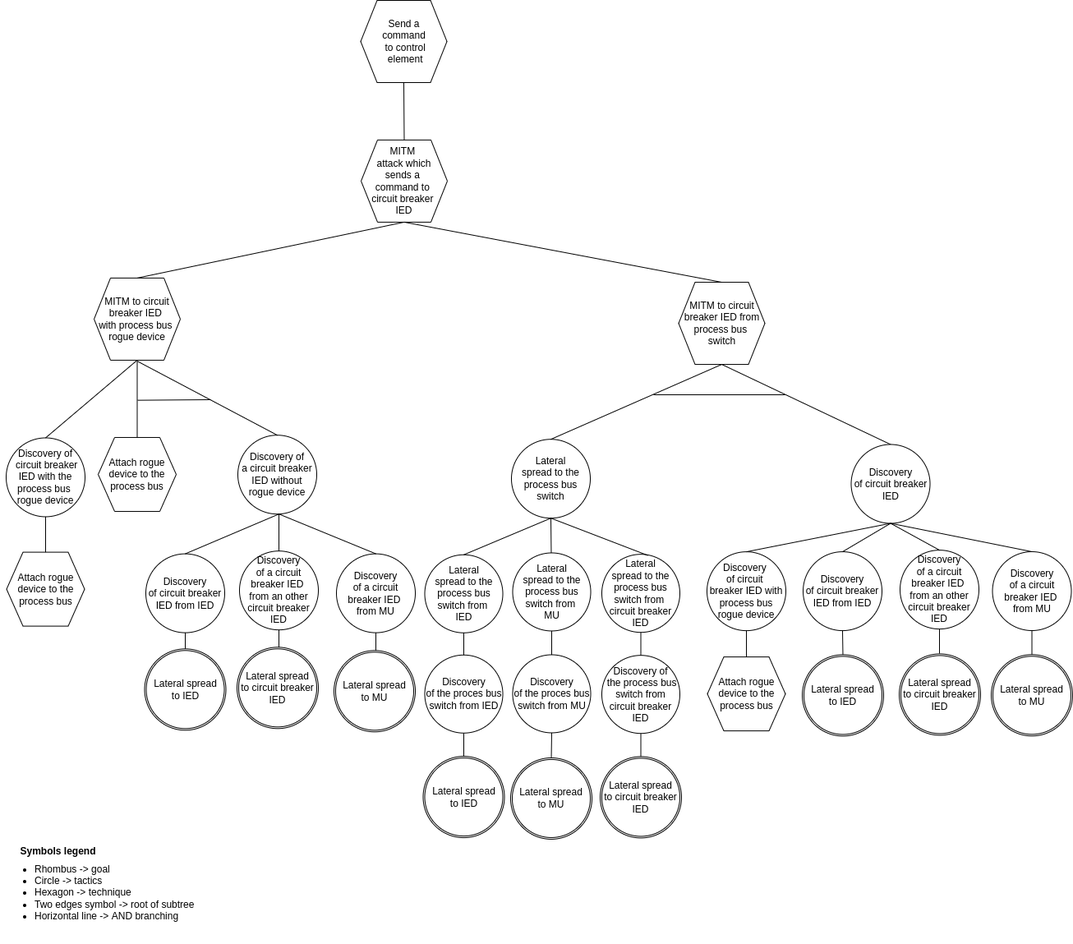
Before: drawIO_trees/solution_5_4.drawio.png, a diagram exported from draw.io (mihaelM/Attack_trees). Source tidied: cells renumbered, new cells last; positions are measured from the earlier drawing's top-left corner, leaving out a move shared by most shapes.
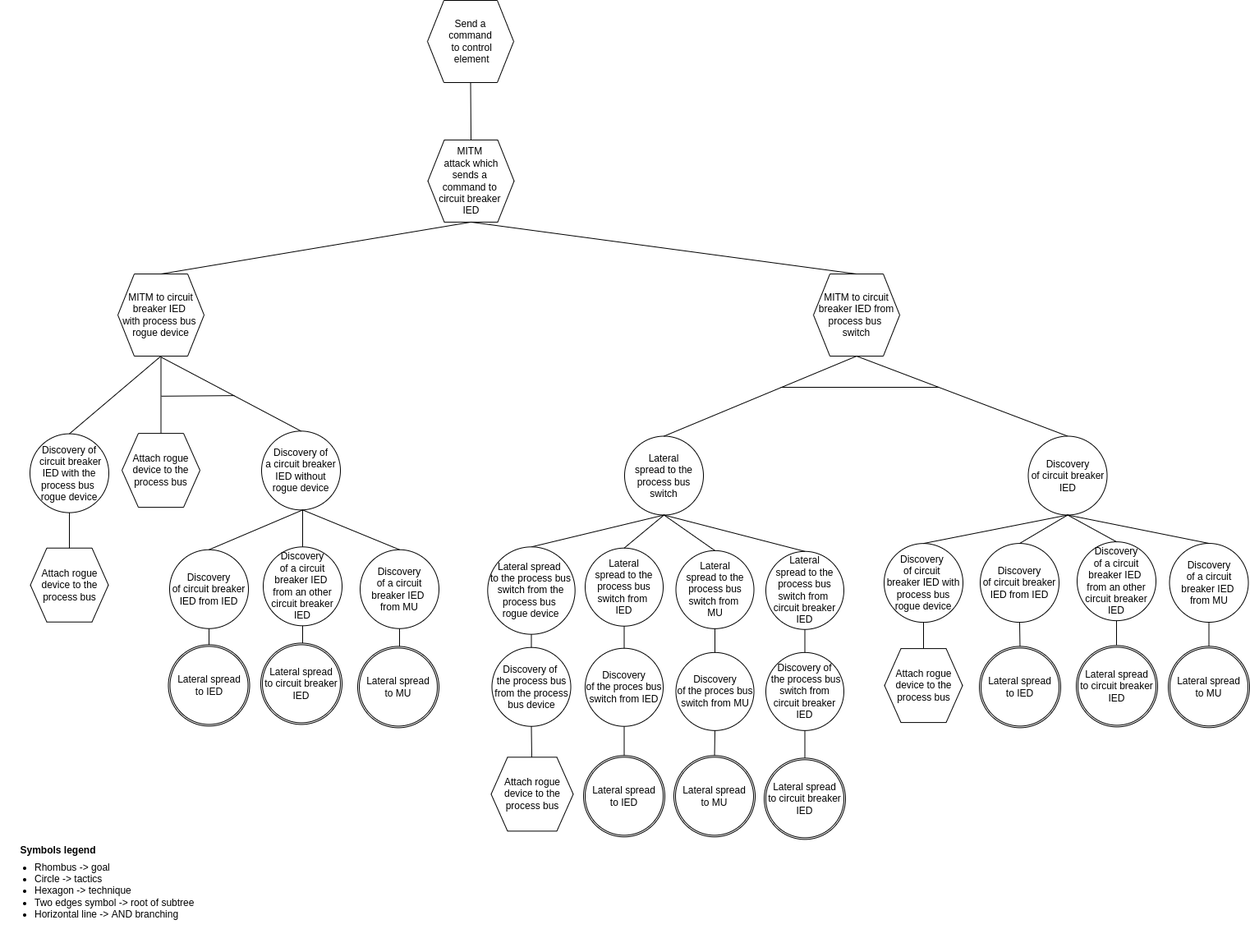
Later version of the same file.

Diff of the diagram source:
```diff
@@ -3,10 +3,10 @@
     <mxCell id="0" />
     <mxCell id="1" parent="0" />
     <mxCell id="2" value="&lt;span style=&quot;font-family: &amp;#34;helvetica&amp;#34;&quot;&gt;Send a&lt;/span&gt;&lt;br style=&quot;font-family: &amp;#34;helvetica&amp;#34;&quot;&gt;&lt;span style=&quot;font-family: &amp;#34;helvetica&amp;#34;&quot;&gt;command&lt;/span&gt;&lt;br style=&quot;font-family: &amp;#34;helvetica&amp;#34;&quot;&gt;&lt;span style=&quot;font-family: &amp;#34;helvetica&amp;#34;&quot;&gt;&amp;nbsp;to control&lt;/span&gt;&lt;br style=&quot;font-family: &amp;#34;helvetica&amp;#34;&quot;&gt;&lt;span style=&quot;font-family: &amp;#34;helvetica&amp;#34;&quot;&gt;&amp;nbsp;element&lt;/span&gt;" style="shape=hexagon;perimeter=hexagonPerimeter2;whiteSpace=wrap;html=1;fixedSize=1;" parent="1" vertex="1">
-      <mxGeometry x="438.5" width="105" height="100" as="geometry" />
+      <mxGeometry x="304" y="10" width="105" height="100" as="geometry" />
     </mxCell>
     <mxCell id="3" value="&lt;ul&gt;&lt;li&gt;&lt;span&gt;Rhombus -&amp;gt; goal&lt;/span&gt;&lt;/li&gt;&lt;li&gt;&lt;span&gt;Circle -&amp;gt; tactics&lt;/span&gt;&lt;br&gt;&lt;/li&gt;&lt;li&gt;Hexagon -&amp;gt; technique&lt;/li&gt;&lt;li&gt;Two edges symbol -&amp;gt; root of subtree&lt;/li&gt;&lt;li&gt;Horizontal line -&amp;gt; AND branching&lt;/li&gt;&lt;/ul&gt;" style="text;strokeColor=none;fillColor=none;html=1;whiteSpace=wrap;verticalAlign=middle;overflow=hidden;fontSize=12;" parent="1" vertex="1">
-      <mxGeometry y="1023.4" width="256" height="124.6" as="geometry" />
+      <mxGeometry x="-216" y="1031.9" width="256" height="124.6" as="geometry" />
     </mxCell>
     <mxCell id="4" style="endArrow=none;html=1;rounded=0;exitX=0.5;exitY=0;exitDx=0;exitDy=0;entryX=0.5;entryY=1;entryDx=0;entryDy=0;" parent="1" edge="1" source="6" target="2">
       <mxGeometry relative="1" as="geometry" />
@@ -15,10 +15,10 @@
       <mxGeometry relative="1" as="geometry" />
     </mxCell>
     <mxCell id="6" value="MITM &lt;br&gt;attack which&lt;br&gt;sends a &lt;br&gt;command to&amp;nbsp;&lt;br&gt;circuit breaker &lt;br&gt;IED" style="shape=hexagon;perimeter=hexagonPerimeter2;whiteSpace=wrap;html=1;fixedSize=1;" parent="1" vertex="1">
-      <mxGeometry x="439" y="169.9" width="105" height="100" as="geometry" />
+      <mxGeometry x="304.5" y="179.9" width="105" height="100" as="geometry" />
     </mxCell>
     <mxCell id="7" value="Lateral&lt;br&gt;&amp;nbsp;spread to the&amp;nbsp;&lt;br&gt;process bus switch" style="ellipse;whiteSpace=wrap;html=1;" parent="1" vertex="1">
-      <mxGeometry x="622" y="534.2" width="96" height="96" as="geometry" />
+      <mxGeometry x="544" y="540.5" width="96" height="96" as="geometry" />
     </mxCell>
     <mxCell id="8" style="endArrow=none;html=1;rounded=0;entryX=0.5;entryY=0;entryDx=0;entryDy=0;exitX=0.5;exitY=1;exitDx=0;exitDy=0;" parent="1" edge="1" source="13" target="7">
       <mxGeometry relative="1" as="geometry" />
@@ -28,8 +28,8 @@
     </mxCell>
     <mxCell id="10" style="endArrow=none;html=1;rounded=0;" parent="1" edge="1">
       <mxGeometry relative="1" as="geometry">
-        <mxPoint x="795" y="480" as="sourcePoint" />
-        <mxPoint x="955" y="480" as="targetPoint" />
+        <mxPoint x="734" y="481" as="sourcePoint" />
+        <mxPoint x="927" y="481" as="targetPoint" />
       </mxGeometry>
     </mxCell>
     <mxCell id="11" value="Discovery&lt;br&gt;of circuit breaker IED" style="ellipse;whiteSpace=wrap;html=1;" parent="1" vertex="1">
@@ -39,7 +39,7 @@
       <mxGeometry relative="1" as="geometry" />
     </mxCell>
     <mxCell id="13" value="MITM to circuit breaker IED from process bus &lt;br&gt;switch" style="shape=hexagon;perimeter=hexagonPerimeter2;whiteSpace=wrap;html=1;fixedSize=1;" parent="1" vertex="1">
-      <mxGeometry x="825.5" y="343" width="105" height="100" as="geometry" />
+      <mxGeometry x="774" y="343" width="105" height="100" as="geometry" />
     </mxCell>
     <mxCell id="14" value="Discovery&lt;br&gt;of circuit breaker IED from IED" style="ellipse;whiteSpace=wrap;html=1;" parent="1" vertex="1">
       <mxGeometry x="977" y="671.1" width="96" height="96" as="geometry" />
@@ -60,10 +60,10 @@
       <mxGeometry relative="1" as="geometry" />
     </mxCell>
     <mxCell id="20" value="Attach rogue device to the process bus" style="shape=hexagon;perimeter=hexagonPerimeter2;whiteSpace=wrap;html=1;fixedSize=1;" parent="1" vertex="1">
-      <mxGeometry x="7.5" y="671.6" width="95" height="90" as="geometry" />
+      <mxGeometry x="-179.5" y="676.7" width="95" height="90" as="geometry" />
     </mxCell>
     <mxCell id="21" value="Discovery of&lt;br&gt;&amp;nbsp;circuit breaker IED with the process bus &lt;br&gt;rogue&amp;nbsp;device" style="ellipse;whiteSpace=wrap;html=1;" parent="1" vertex="1">
-      <mxGeometry x="7" y="532.5" width="96" height="96" as="geometry" />
+      <mxGeometry x="-180" y="537.6" width="96" height="96" as="geometry" />
     </mxCell>
     <mxCell id="22" style="endArrow=none;html=1;rounded=0;exitX=0.5;exitY=1;exitDx=0;exitDy=0;entryX=0.5;entryY=0;entryDx=0;entryDy=0;" parent="1" edge="1" source="21" target="20">
       <mxGeometry relative="1" as="geometry" />
@@ -72,7 +72,7 @@
       <mxGeometry relative="1" as="geometry" />
     </mxCell>
     <mxCell id="24" value="MITM to circuit breaker IED &lt;br&gt;with process bus &lt;br&gt;rogue device" style="shape=hexagon;perimeter=hexagonPerimeter2;whiteSpace=wrap;html=1;fixedSize=1;" parent="1" vertex="1">
-      <mxGeometry x="114" y="337.9" width="105" height="100" as="geometry" />
+      <mxGeometry x="-73" y="343.1" width="105" height="100" as="geometry" />
     </mxCell>
     <mxCell id="25" style="endArrow=none;html=1;rounded=0;exitX=0.5;exitY=1;exitDx=0;exitDy=0;" parent="1" edge="1" source="26">
       <mxGeometry relative="1" as="geometry">
@@ -91,16 +91,14 @@
     <mxCell id="29" style="endArrow=none;html=1;rounded=0;startArrow=none;entryX=0.5;entryY=0;entryDx=0;entryDy=0;exitX=0.5;exitY=1;exitDx=0;exitDy=0;" parent="1" edge="1" source="11" target="28">
       <mxGeometry relative="1" as="geometry" />
     </mxCell>
-    <mxCell id="30" style="endArrow=none;html=1;rounded=0;exitX=0.5;exitY=1;exitDx=0;exitDy=0;" parent="1" edge="1" source="31">
-      <mxGeometry relative="1" as="geometry">
-        <mxPoint x="564" y="923" as="targetPoint" />
-      </mxGeometry>
+    <mxCell id="30" style="endArrow=none;html=1;rounded=0;exitX=0.5;exitY=1;exitDx=0;exitDy=0;entryX=0.5;entryY=0;entryDx=0;entryDy=0;" parent="1" edge="1" source="31" target="67">
+      <mxGeometry relative="1" as="geometry" />
     </mxCell>
     <mxCell id="31" value="Discovery&lt;br&gt;of the proces bus switch from IED" style="ellipse;whiteSpace=wrap;html=1;" parent="1" vertex="1">
-      <mxGeometry x="516.5" y="796.8" width="95" height="95" as="geometry" />
+      <mxGeometry x="496" y="798.7" width="95" height="95" as="geometry" />
     </mxCell>
     <mxCell id="32" value="Lateral&lt;br&gt;&amp;nbsp;spread to the&amp;nbsp;&lt;br&gt;process bus switch from &lt;br&gt;IED" style="ellipse;whiteSpace=wrap;html=1;" parent="1" vertex="1">
-      <mxGeometry x="516.5" y="674.8" width="95" height="95" as="geometry" />
+      <mxGeometry x="496" y="676.7" width="95" height="95" as="geometry" />
     </mxCell>
     <mxCell id="33" style="endArrow=none;html=1;rounded=0;entryX=0.5;entryY=1;entryDx=0;entryDy=0;" parent="1" edge="1" source="31" target="32">
       <mxGeometry relative="1" as="geometry" />
@@ -112,131 +110,131 @@
       <mxGeometry relative="1" as="geometry" />
     </mxCell>
     <mxCell id="36" value="Discovery&lt;br&gt;of the proces bus switch from MU" style="ellipse;whiteSpace=wrap;html=1;" parent="1" vertex="1">
-      <mxGeometry x="623.5" y="796.5" width="95" height="95" as="geometry" />
+      <mxGeometry x="606.5" y="803.8" width="95" height="95" as="geometry" />
     </mxCell>
     <mxCell id="37" value="Lateral&lt;br&gt;&amp;nbsp;spread to the&amp;nbsp;&lt;br&gt;process bus switch from &lt;br&gt;MU" style="ellipse;whiteSpace=wrap;html=1;" parent="1" vertex="1">
-      <mxGeometry x="623.5" y="672.5" width="95" height="95" as="geometry" />
+      <mxGeometry x="606.5" y="679.8" width="95" height="95" as="geometry" />
     </mxCell>
     <mxCell id="38" style="endArrow=none;html=1;rounded=0;entryX=0.5;entryY=1;entryDx=0;entryDy=0;" parent="1" edge="1" source="36" target="37">
       <mxGeometry relative="1" as="geometry" />
     </mxCell>
-    <mxCell id="39" style="endArrow=none;html=1;rounded=0;entryX=0.5;entryY=1;entryDx=0;entryDy=0;" parent="1" edge="1" source="37" target="7">
+    <mxCell id="39" style="endArrow=none;html=1;rounded=0;entryX=0.5;entryY=1;entryDx=0;entryDy=0;exitX=0.5;exitY=0;exitDx=0;exitDy=0;" parent="1" edge="1" source="37" target="7">
       <mxGeometry relative="1" as="geometry" />
     </mxCell>
     <mxCell id="40" style="endArrow=none;html=1;rounded=0;exitX=0.5;exitY=1;exitDx=0;exitDy=0;" parent="1" edge="1" source="41" target="71">
       <mxGeometry relative="1" as="geometry" />
     </mxCell>
     <mxCell id="41" value="Discovery of&lt;br&gt;&amp;nbsp;the process&amp;nbsp;bus switch from circuit breaker IED" style="ellipse;whiteSpace=wrap;html=1;" parent="1" vertex="1">
-      <mxGeometry x="732" y="797.2" width="95" height="95" as="geometry" />
+      <mxGeometry x="716" y="803.9" width="95" height="95" as="geometry" />
     </mxCell>
     <mxCell id="42" value="Lateral&lt;br&gt;&amp;nbsp;spread to the&amp;nbsp;&lt;br&gt;process bus switch from &lt;br&gt;circuit breaker IED" style="ellipse;whiteSpace=wrap;html=1;" parent="1" vertex="1">
-      <mxGeometry x="732" y="674.2" width="95" height="95" as="geometry" />
+      <mxGeometry x="716" y="680.8" width="95" height="95" as="geometry" />
     </mxCell>
     <mxCell id="43" style="endArrow=none;html=1;rounded=0;entryX=0.5;entryY=1;entryDx=0;entryDy=0;" parent="1" edge="1" source="41" target="42">
       <mxGeometry relative="1" as="geometry" />
     </mxCell>
-    <mxCell id="44" style="endArrow=none;html=1;rounded=0;exitX=0.589;exitY=0.014;exitDx=0;exitDy=0;exitPerimeter=0;entryX=0.5;entryY=1;entryDx=0;entryDy=0;" parent="1" edge="1" source="42" target="7">
+    <mxCell id="44" style="endArrow=none;html=1;rounded=0;entryX=0.5;entryY=1;entryDx=0;entryDy=0;exitX=0.5;exitY=0;exitDx=0;exitDy=0;" parent="1" edge="1" source="42" target="7">
       <mxGeometry relative="1" as="geometry" />
     </mxCell>
     <mxCell id="45" value="Discovery of&lt;br&gt;a circuit breaker IED without rogue device" style="ellipse;whiteSpace=wrap;html=1;" parent="1" vertex="1">
-      <mxGeometry x="289" y="529.2" width="96" height="96" as="geometry" />
+      <mxGeometry x="102" y="534.3" width="96" height="96" as="geometry" />
     </mxCell>
     <mxCell id="46" style="endArrow=none;html=1;rounded=0;exitX=0.5;exitY=1;exitDx=0;exitDy=0;entryX=0.5;entryY=0;entryDx=0;entryDy=0;" parent="1" edge="1" target="45">
       <mxGeometry relative="1" as="geometry">
-        <mxPoint x="166.5" y="439.1" as="sourcePoint" />
+        <mxPoint x="-20.5" y="444.2" as="sourcePoint" />
       </mxGeometry>
     </mxCell>
     <mxCell id="47" value="Attach rogue device to the process bus" style="shape=hexagon;perimeter=hexagonPerimeter2;whiteSpace=wrap;html=1;fixedSize=1;" parent="1" vertex="1">
-      <mxGeometry x="119" y="532" width="95" height="90" as="geometry" />
+      <mxGeometry x="-68" y="537.1" width="95" height="90" as="geometry" />
     </mxCell>
     <mxCell id="48" style="endArrow=none;html=1;rounded=0;entryX=0.5;entryY=0;entryDx=0;entryDy=0;exitX=0.5;exitY=1;exitDx=0;exitDy=0;" parent="1" edge="1" target="47">
       <mxGeometry relative="1" as="geometry">
-        <mxPoint x="166.5" y="439.1" as="sourcePoint" />
+        <mxPoint x="-20.5" y="444.2" as="sourcePoint" />
       </mxGeometry>
     </mxCell>
     <mxCell id="49" style="endArrow=none;html=1;rounded=0;" parent="1" edge="1">
       <mxGeometry relative="1" as="geometry">
-        <mxPoint x="167" y="486.7" as="sourcePoint" />
-        <mxPoint x="256" y="486" as="targetPoint" />
+        <mxPoint x="-20" y="491.8" as="sourcePoint" />
+        <mxPoint x="69" y="491.1" as="targetPoint" />
       </mxGeometry>
     </mxCell>
     <mxCell id="50" style="endArrow=none;html=1;rounded=0;entryX=0.5;entryY=0;entryDx=0;entryDy=0;exitX=0.5;exitY=1;exitDx=0;exitDy=0;startArrow=none;" parent="1" edge="1" source="51">
       <mxGeometry relative="1" as="geometry">
-        <mxPoint x="225" y="792.3" as="targetPoint" />
+        <mxPoint x="38" y="797.4" as="targetPoint" />
       </mxGeometry>
     </mxCell>
     <mxCell id="51" value="Discovery&lt;br&gt;of circuit breaker IED from IED" style="ellipse;whiteSpace=wrap;html=1;" parent="1" vertex="1">
-      <mxGeometry x="177" y="673.6" width="96" height="96" as="geometry" />
+      <mxGeometry x="-10" y="678.7" width="96" height="96" as="geometry" />
     </mxCell>
     <mxCell id="52" style="endArrow=none;html=1;rounded=0;exitX=0.5;exitY=1;exitDx=0;exitDy=0;startArrow=none;entryX=0.5;entryY=0;entryDx=0;entryDy=0;" parent="1" edge="1" target="51">
       <mxGeometry relative="1" as="geometry">
-        <mxPoint x="339" y="625.2" as="sourcePoint" />
+        <mxPoint x="152" y="630.3" as="sourcePoint" />
       </mxGeometry>
     </mxCell>
     <mxCell id="53" style="endArrow=none;html=1;rounded=0;exitX=0.5;exitY=1;exitDx=0;exitDy=0;entryX=0.5;entryY=0;entryDx=0;entryDy=0;" parent="1" edge="1" source="54">
       <mxGeometry relative="1" as="geometry">
-        <mxPoint x="339" y="789.3" as="targetPoint" />
+        <mxPoint x="152" y="794.4" as="targetPoint" />
       </mxGeometry>
     </mxCell>
     <mxCell id="54" value="Discovery&lt;br&gt;of a circuit breaker IED &lt;br&gt;from an other circuit breaker IED" style="ellipse;whiteSpace=wrap;html=1;" parent="1" vertex="1">
-      <mxGeometry x="291" y="670.2" width="96" height="96" as="geometry" />
+      <mxGeometry x="104" y="675.3" width="96" height="96" as="geometry" />
     </mxCell>
     <mxCell id="55" style="endArrow=none;html=1;rounded=0;exitX=0.5;exitY=1;exitDx=0;exitDy=0;startArrow=none;entryX=0.5;entryY=0;entryDx=0;entryDy=0;" parent="1" edge="1" target="54">
       <mxGeometry relative="1" as="geometry">
-        <mxPoint x="339" y="625.2" as="sourcePoint" />
+        <mxPoint x="152" y="630.3" as="sourcePoint" />
       </mxGeometry>
     </mxCell>
     <mxCell id="56" style="endArrow=none;html=1;rounded=0;exitX=0.5;exitY=1;exitDx=0;exitDy=0;entryX=0.5;entryY=0;entryDx=0;entryDy=0;" parent="1" edge="1" source="57">
       <mxGeometry relative="1" as="geometry">
-        <mxPoint x="457" y="792.7" as="targetPoint" />
+        <mxPoint x="270" y="797.9" as="targetPoint" />
       </mxGeometry>
     </mxCell>
     <mxCell id="57" value="Discovery&lt;br&gt;of a circuit breaker IED &lt;br&gt;from MU" style="ellipse;whiteSpace=wrap;html=1;" parent="1" vertex="1">
-      <mxGeometry x="409" y="673.6" width="96" height="96" as="geometry" />
+      <mxGeometry x="222" y="678.7" width="96" height="96" as="geometry" />
     </mxCell>
     <mxCell id="58" style="endArrow=none;html=1;rounded=0;startArrow=none;entryX=0.5;entryY=0;entryDx=0;entryDy=0;exitX=0.5;exitY=1;exitDx=0;exitDy=0;" parent="1" edge="1" target="57">
       <mxGeometry relative="1" as="geometry">
-        <mxPoint x="339" y="625.2" as="sourcePoint" />
+        <mxPoint x="152" y="630.3" as="sourcePoint" />
       </mxGeometry>
     </mxCell>
     <mxCell id="59" value="&lt;font style=&quot;font-size: 12px&quot;&gt;Symbols legend&lt;/font&gt;" style="text;strokeColor=none;fillColor=none;html=1;fontSize=24;fontStyle=1;verticalAlign=middle;align=center;" parent="1" vertex="1">
-      <mxGeometry x="20" y="1012.4" width="100" height="40" as="geometry" />
+      <mxGeometry x="-196" y="1020.9" width="100" height="40" as="geometry" />
     </mxCell>
     <mxCell id="60" style="ellipse;whiteSpace=wrap;html=1;" parent="1" vertex="1">
-      <mxGeometry x="175.5" y="789.3" width="99" height="99" as="geometry" />
+      <mxGeometry x="-11.5" y="794.4" width="99" height="99" as="geometry" />
     </mxCell>
     <mxCell id="61" value="Lateral spread&lt;br&gt;to IED" style="ellipse;whiteSpace=wrap;html=1;" parent="1" vertex="1">
-      <mxGeometry x="177.5" y="791.3" width="95" height="95" as="geometry" />
+      <mxGeometry x="-9.5" y="796.4" width="95" height="95" as="geometry" />
     </mxCell>
     <mxCell id="62" style="ellipse;whiteSpace=wrap;html=1;" parent="1" vertex="1">
-      <mxGeometry x="288" y="787.3" width="99" height="99" as="geometry" />
+      <mxGeometry x="101" y="792.4" width="99" height="99" as="geometry" />
     </mxCell>
     <mxCell id="63" value="Lateral spread&lt;br&gt;to circuit breaker IED" style="ellipse;whiteSpace=wrap;html=1;" parent="1" vertex="1">
-      <mxGeometry x="290" y="789.3" width="95" height="95" as="geometry" />
+      <mxGeometry x="103" y="794.4" width="95" height="95" as="geometry" />
     </mxCell>
     <mxCell id="64" style="ellipse;whiteSpace=wrap;html=1;" parent="1" vertex="1">
-      <mxGeometry x="406" y="791.3" width="99" height="99" as="geometry" />
+      <mxGeometry x="219" y="796.4" width="99" height="99" as="geometry" />
     </mxCell>
     <mxCell id="65" value="Lateral spread&lt;br&gt;to MU" style="ellipse;whiteSpace=wrap;html=1;" parent="1" vertex="1">
-      <mxGeometry x="408" y="793.3" width="95" height="95" as="geometry" />
+      <mxGeometry x="221" y="798.4" width="95" height="95" as="geometry" />
     </mxCell>
     <mxCell id="66" style="ellipse;whiteSpace=wrap;html=1;" parent="1" vertex="1">
-      <mxGeometry x="514.5" y="920.1" width="99" height="99" as="geometry" />
+      <mxGeometry x="494" y="929.3" width="99" height="99" as="geometry" />
     </mxCell>
     <mxCell id="67" value="Lateral spread&lt;br&gt;to IED" style="ellipse;whiteSpace=wrap;html=1;" parent="1" vertex="1">
-      <mxGeometry x="516.5" y="922.1" width="95" height="95" as="geometry" />
+      <mxGeometry x="496" y="931.3" width="95" height="95" as="geometry" />
     </mxCell>
     <mxCell id="68" style="ellipse;whiteSpace=wrap;html=1;" parent="1" vertex="1">
-      <mxGeometry x="621" y="921.9" width="99" height="99" as="geometry" />
+      <mxGeometry x="604" y="929.3" width="99" height="99" as="geometry" />
     </mxCell>
     <mxCell id="69" value="Lateral spread&lt;br&gt;to MU" style="ellipse;whiteSpace=wrap;html=1;" parent="1" vertex="1">
-      <mxGeometry x="623" y="923.9" width="95" height="95" as="geometry" />
+      <mxGeometry x="606" y="931.3" width="95" height="95" as="geometry" />
     </mxCell>
     <mxCell id="70" style="ellipse;whiteSpace=wrap;html=1;" parent="1" vertex="1">
-      <mxGeometry x="730" y="920.4" width="99" height="99" as="geometry" />
+      <mxGeometry x="714" y="932.4" width="99" height="99" as="geometry" />
     </mxCell>
     <mxCell id="71" value="Lateral spread&lt;br&gt;to circuit breaker IED" style="ellipse;whiteSpace=wrap;html=1;" parent="1" vertex="1">
-      <mxGeometry x="732" y="922.4" width="95" height="95" as="geometry" />
+      <mxGeometry x="716" y="934.4" width="95" height="95" as="geometry" />
     </mxCell>
     <mxCell id="72" style="endArrow=none;html=1;rounded=0;entryX=0.5;entryY=0;entryDx=0;entryDy=0;exitX=0.5;exitY=1;exitDx=0;exitDy=0;" parent="1" edge="1" source="14" target="74">
       <mxGeometry relative="1" as="geometry" />
@@ -262,5 +260,23 @@
     <mxCell id="79" value="Lateral spread&lt;br&gt;to MU" style="ellipse;whiteSpace=wrap;html=1;" parent="1" vertex="1">
       <mxGeometry x="1208" y="798.3" width="95" height="95" as="geometry" />
     </mxCell>
+    <mxCell id="80" style="endArrow=none;html=1;rounded=0;entryX=0.5;entryY=0;entryDx=0;entryDy=0;exitX=0.5;exitY=1;exitDx=0;exitDy=0;" parent="1" edge="1" source="7" target="81">
+      <mxGeometry relative="1" as="geometry" />
+    </mxCell>
+    <mxCell id="81" value="Lateral spread &lt;br&gt;to the process bus switch from the process bus &lt;br&gt;rogue device" style="ellipse;whiteSpace=wrap;html=1;" parent="1" vertex="1">
+      <mxGeometry x="377.3" y="675.3" width="106.4" height="106.4" as="geometry" />
+    </mxCell>
+    <mxCell id="82" value="Discovery of &lt;br&gt;the process bus from the process bus device" style="ellipse;whiteSpace=wrap;html=1;" parent="1" vertex="1">
+      <mxGeometry x="382.5" y="797.7" width="96" height="96" as="geometry" />
+    </mxCell>
+    <mxCell id="83" value="Attach rogue device to the process bus" style="shape=hexagon;perimeter=hexagonPerimeter2;whiteSpace=wrap;html=1;fixedSize=1;" parent="1" vertex="1">
+      <mxGeometry x="381.5" y="931.3" width="100" height="90" as="geometry" />
+    </mxCell>
+    <mxCell id="84" style="endArrow=none;html=1;rounded=0;entryX=0.5;entryY=1;entryDx=0;entryDy=0;" parent="1" edge="1" source="83" target="82">
+      <mxGeometry relative="1" as="geometry" />
+    </mxCell>
+    <mxCell id="85" style="endArrow=none;html=1;rounded=0;entryX=0.5;entryY=1;entryDx=0;entryDy=0;exitX=0.5;exitY=0;exitDx=0;exitDy=0;" parent="1" edge="1" source="82" target="81">
+      <mxGeometry relative="1" as="geometry" />
+    </mxCell>
   </root>
 </mxGraphModel>
```
